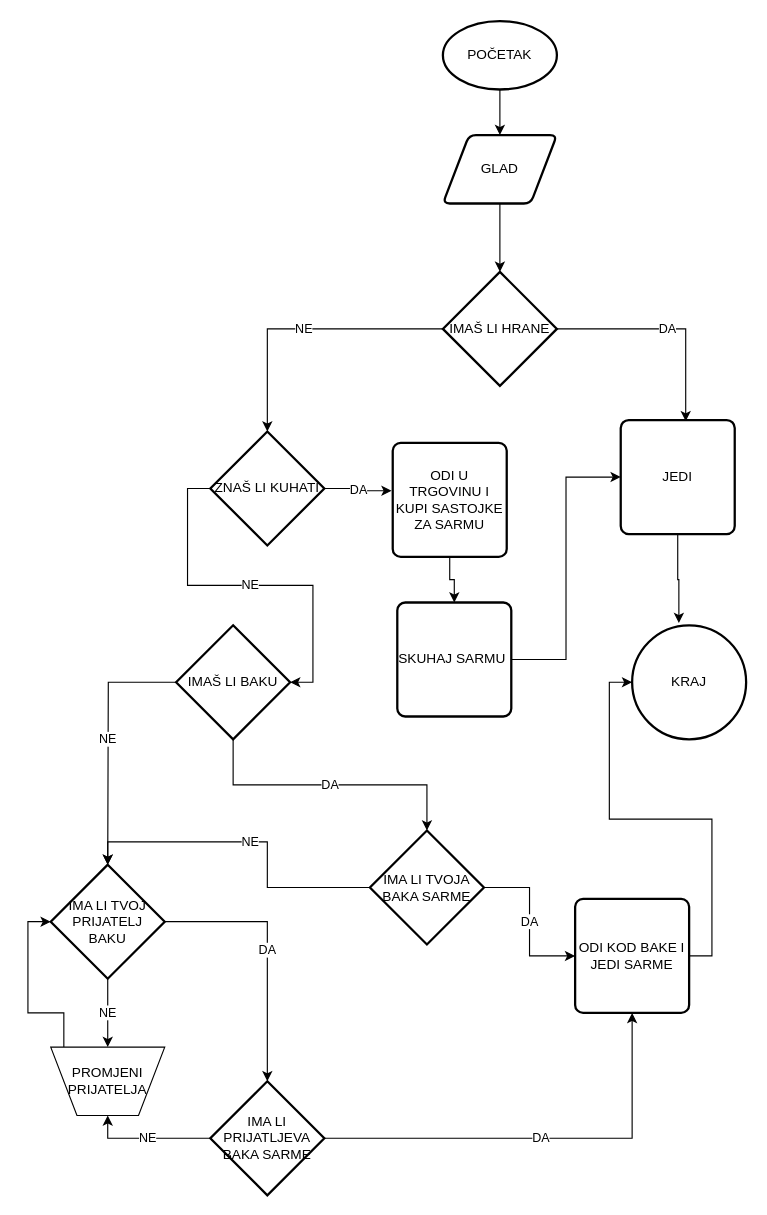
This is Untitled Diagram.drawio from jeroooo/jero, a draw.io file, before an edit. Source tidied: cells renumbered, new cells numbered last; positions are measured from the earlier drawing's top-left corner, leaving out a move shared by most shapes. Both pictures are drawn from the tidied source at 114%, with x=0, y=0 at pixel (50, 21).
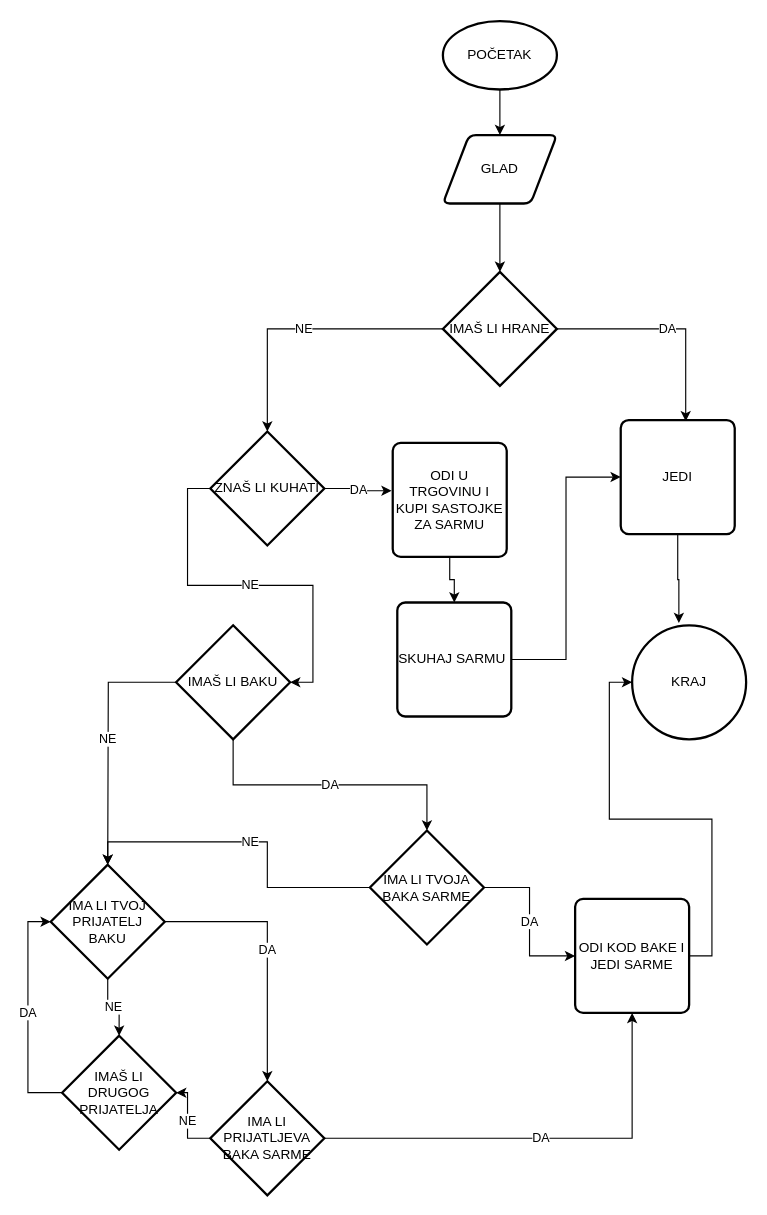
Above is the later version.

The change refers to these unchanged cells:
```xml
<mxCell id="27" value="IMA LI PRIJATLJEVA BAKA SARME" style="strokeWidth=2;html=1;shape=mxgraph.flowchart.decision;whiteSpace=wrap;" parent="1" vertex="1">
  <mxGeometry x="140" y="930" width="100" height="100" as="geometry" />
</mxCell>
<mxCell id="30" value="IMA LI TVOJ PRIJATELJ&lt;br&gt;BAKU" style="strokeWidth=2;html=1;shape=mxgraph.flowchart.decision;whiteSpace=wrap;" parent="1" vertex="1">
  <mxGeometry y="740" width="100" height="100" as="geometry" />
</mxCell>
```

What changed in the source:
```diff
@@
-    <mxCell id="25" value="NE" style="edgeStyle=orthogonalEdgeStyle;rounded=0;jettySize=auto;html=1;exitX=0;exitY=0.5;exitDx=0;exitDy=0;exitPerimeter=0;entryX=0.5;entryY=1;entryDx=0;entryDy=0;" parent="1" edge="1" source="27" target="32">
+    <mxCell id="25" value="NE" style="edgeStyle=orthogonalEdgeStyle;rounded=0;jettySize=auto;html=1;exitX=0;exitY=0.5;exitDx=0;exitDy=0;exitPerimeter=0;entryX=1;entryY=0.5;entryDx=0;entryDy=0;entryPerimeter=0;" parent="1" edge="1" source="27" target="35">
       <mxGeometry relative="1" as="geometry" />
     </mxCell>
@@
-    <mxCell id="28" value="NE" style="edgeStyle=orthogonalEdgeStyle;rounded=0;jettySize=auto;html=1;exitX=0.5;exitY=1;exitDx=0;exitDy=0;exitPerimeter=0;entryX=0.5;entryY=0;entryDx=0;entryDy=0;" parent="1" edge="1" source="30" target="32">
+    <mxCell id="28" value="NE" style="edgeStyle=orthogonalEdgeStyle;rounded=0;jettySize=auto;html=1;exitX=0.5;exitY=1;exitDx=0;exitDy=0;exitPerimeter=0;entryX=0.5;entryY=0;entryDx=0;entryDy=0;entryPerimeter=0;" parent="1" edge="1" source="30" target="35">
       <mxGeometry relative="1" as="geometry" />
     </mxCell>
@@
-    <mxCell id="31" style="edgeStyle=orthogonalEdgeStyle;rounded=0;jettySize=auto;html=1;exitX=0;exitY=0.5;exitDx=0;exitDy=0;entryX=0;entryY=0.5;entryDx=0;entryDy=0;entryPerimeter=0;" parent="1" edge="1" source="32" target="30">
+    <mxCell id="31" value="DA" style="edgeStyle=orthogonalEdgeStyle;rounded=0;jettySize=auto;html=1;exitX=0;exitY=0.5;exitDx=0;exitDy=0;entryX=0;entryY=0.5;entryDx=0;entryDy=0;entryPerimeter=0;exitPerimeter=0;" parent="1" edge="1" source="35" target="30">
       <mxGeometry relative="1" as="geometry" />
     </mxCell>
-    <mxCell id="32" value="PROMJENI PRIJATELJA" style="verticalLabelPosition=middle;verticalAlign=middle;html=1;shape=trapezoid;perimeter=trapezoidPerimeter;whiteSpace=wrap;size=0.23;arcSize=10;flipV=1;labelPosition=center;align=center;" parent="1" vertex="1">
-      <mxGeometry y="900" width="100" height="60" as="geometry" />
-    </mxCell>
@@
+    <mxCell id="35" value="IMAŠ LI DRUGOG PRIJATELJA" style="strokeWidth=2;html=1;shape=mxgraph.flowchart.decision;whiteSpace=wrap;" parent="1" vertex="1">
+      <mxGeometry x="10" y="890" width="100" height="100" as="geometry" />
+    </mxCell>
```
